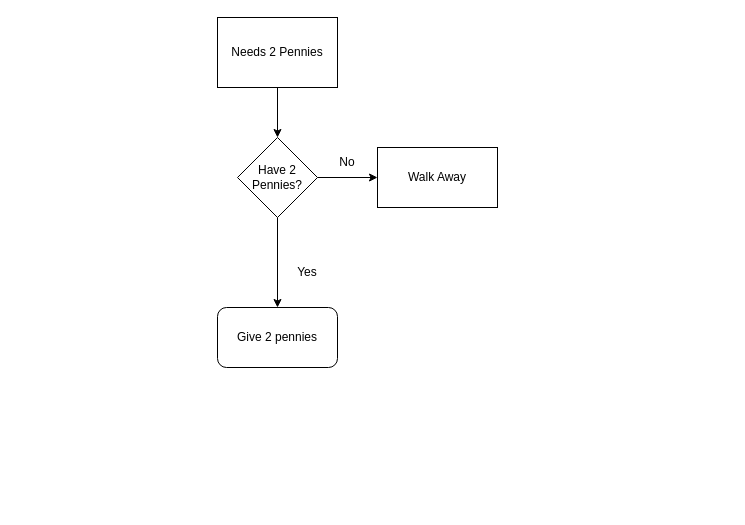
Earlier version of the draw.io diagram algorithim.drawio (jacbutler74/test). Source tidied: cells renumbered, new cells numbered last; positions are measured from the earlier drawing's top-left corner, leaving out a move shared by most shapes. Both pictures are drawn from the tidied source at 100%, with x=0, y=0 at pixel (217, 17).
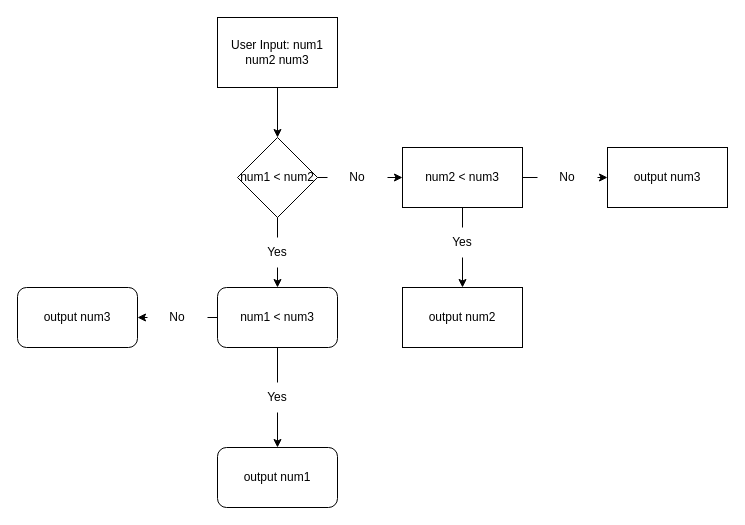
The same diagram, later.

Commit message (it also covers changes not shown here):
Find min val with flow chart

Change to the diagram source:
```diff
@@
-    <mxCell id="2" value="Needs 2 Pennies" style="rounded=0;whiteSpace=wrap;html=1;" parent="1" vertex="1">
+    <mxCell id="2" value="User Input: num1 num2 num3" style="rounded=0;whiteSpace=wrap;html=1;" parent="1" vertex="1">
       <mxGeometry width="120" height="70" as="geometry" />
     </mxCell>
@@
-    <mxCell id="4" style="edgeStyle=none;html=1;" parent="1" edge="1" source="6" target="7">
+    <mxCell id="4" style="edgeStyle=none;html=1;startArrow=none;" parent="1" edge="1" source="8" target="7">
       <mxGeometry relative="1" as="geometry" />
     </mxCell>
-    <mxCell id="5" style="edgeStyle=none;html=1;" parent="1" edge="1" source="6" target="9">
+    <mxCell id="5" style="edgeStyle=none;html=1;startArrow=none;" parent="1" edge="1" source="10" target="9">
       <mxGeometry relative="1" as="geometry" />
     </mxCell>
-    <mxCell id="6" value="Have 2 Pennies?" style="rhombus;whiteSpace=wrap;html=1;" parent="1" vertex="1">
+    <mxCell id="6" value="num1 &amp;lt; num2" style="rhombus;whiteSpace=wrap;html=1;" parent="1" vertex="1">
       <mxGeometry x="20" y="120" width="80" height="80" as="geometry" />
     </mxCell>
+    <mxCell id="11" style="edgeStyle=none;html=1;startArrow=none;" parent="1" edge="1" target="15">
+      <mxGeometry relative="1" as="geometry">
+        <mxPoint x="245" y="240" as="sourcePoint" />
+      </mxGeometry>
+    </mxCell>
+    <mxCell id="12" style="edgeStyle=none;html=1;startArrow=none;" parent="1" edge="1" source="20" target="16">
+      <mxGeometry relative="1" as="geometry" />
+    </mxCell>
-    <mxCell id="7" value="Walk Away" style="whiteSpace=wrap;html=1;" parent="1" vertex="1">
-      <mxGeometry x="160" y="130" width="120" height="60" as="geometry" />
+    <mxCell id="7" value="num2 &amp;lt; num3" style="whiteSpace=wrap;html=1;" parent="1" vertex="1">
+      <mxGeometry x="185" y="130" width="120" height="60" as="geometry" />
     </mxCell>
+    <mxCell id="13" style="edgeStyle=none;html=1;startArrow=none;" parent="1" edge="1" source="25" target="23">
+      <mxGeometry relative="1" as="geometry" />
+    </mxCell>
+    <mxCell id="14" style="edgeStyle=none;html=1;startArrow=none;" parent="1" edge="1" source="28" target="26">
+      <mxGeometry relative="1" as="geometry" />
+    </mxCell>
+    <mxCell id="9" value="num1 &amp;lt; num3" style="rounded=1;whiteSpace=wrap;html=1;" parent="1" vertex="1">
+      <mxGeometry y="270" width="120" height="60" as="geometry" />
+    </mxCell>
+    <mxCell id="15" value="output num2" style="whiteSpace=wrap;html=1;" parent="1" vertex="1">
+      <mxGeometry x="185" y="270" width="120" height="60" as="geometry" />
+    </mxCell>
+    <mxCell id="16" value="output num3" style="whiteSpace=wrap;html=1;" parent="1" vertex="1">
+      <mxGeometry x="390" y="130" width="120" height="60" as="geometry" />
+    </mxCell>
+    <mxCell id="17" style="edgeStyle=none;html=1;endArrow=none;" parent="1" edge="1" source="7">
+      <mxGeometry relative="1" as="geometry">
+        <mxPoint x="245" y="210" as="targetPoint" />
+      </mxGeometry>
+    </mxCell>
+    <mxCell id="18" style="edgeStyle=none;html=1;endArrow=none;" parent="1" edge="1" source="6" target="8">
+      <mxGeometry relative="1" as="geometry" />
+    </mxCell>
     <mxCell id="8" value="No" style="text;html=1;strokeColor=none;fillColor=none;align=center;verticalAlign=middle;whiteSpace=wrap;rounded=0;" parent="1" vertex="1">
-      <mxGeometry x="100" y="130" width="60" height="30" as="geometry" />
+      <mxGeometry x="110" y="145" width="60" height="30" as="geometry" />
     </mxCell>
-    <mxCell id="9" value="Give 2 pennies" style="rounded=1;whiteSpace=wrap;html=1;" parent="1" vertex="1">
-      <mxGeometry y="290" width="120" height="60" as="geometry" />
-    </mxCell>
+    <mxCell id="19" style="edgeStyle=none;html=1;endArrow=none;" parent="1" edge="1" source="7" target="20">
+      <mxGeometry relative="1" as="geometry" />
+    </mxCell>
+    <mxCell id="20" value="No" style="text;html=1;strokeColor=none;fillColor=none;align=center;verticalAlign=middle;whiteSpace=wrap;rounded=0;" parent="1" vertex="1">
+      <mxGeometry x="320" y="145" width="60" height="30" as="geometry" />
+    </mxCell>
+    <mxCell id="21" value="Yes" style="text;html=1;strokeColor=none;fillColor=none;align=center;verticalAlign=middle;whiteSpace=wrap;rounded=0;" parent="1" vertex="1">
+      <mxGeometry x="215" y="210" width="60" height="30" as="geometry" />
+    </mxCell>
+    <mxCell id="22" style="edgeStyle=none;html=1;endArrow=none;" parent="1" edge="1" source="6" target="10">
+      <mxGeometry relative="1" as="geometry" />
+    </mxCell>
     <mxCell id="10" value="Yes" style="text;html=1;strokeColor=none;fillColor=none;align=center;verticalAlign=middle;whiteSpace=wrap;rounded=0;" parent="1" vertex="1">
-      <mxGeometry x="60" y="240" width="60" height="30" as="geometry" />
+      <mxGeometry x="30" y="220" width="60" height="30" as="geometry" />
     </mxCell>
+    <mxCell id="23" value="output num1" style="rounded=1;whiteSpace=wrap;html=1;" parent="1" vertex="1">
+      <mxGeometry y="430" width="120" height="60" as="geometry" />
+    </mxCell>
+    <mxCell id="24" style="edgeStyle=none;html=1;endArrow=none;" parent="1" edge="1" source="9" target="25">
+      <mxGeometry relative="1" as="geometry" />
+    </mxCell>
+    <mxCell id="25" value="Yes" style="text;html=1;strokeColor=none;fillColor=none;align=center;verticalAlign=middle;whiteSpace=wrap;rounded=0;" parent="1" vertex="1">
+      <mxGeometry x="30" y="365" width="60" height="30" as="geometry" />
+    </mxCell>
+    <mxCell id="26" value="output num3" style="rounded=1;whiteSpace=wrap;html=1;" parent="1" vertex="1">
+      <mxGeometry x="-200" y="270" width="120" height="60" as="geometry" />
+    </mxCell>
+    <mxCell id="27" style="edgeStyle=none;html=1;endArrow=none;" parent="1" edge="1" source="9" target="28">
+      <mxGeometry relative="1" as="geometry" />
+    </mxCell>
+    <mxCell id="28" value="No" style="text;html=1;strokeColor=none;fillColor=none;align=center;verticalAlign=middle;whiteSpace=wrap;rounded=0;" parent="1" vertex="1">
+      <mxGeometry x="-70" y="285" width="60" height="30" as="geometry" />
+    </mxCell>
```
